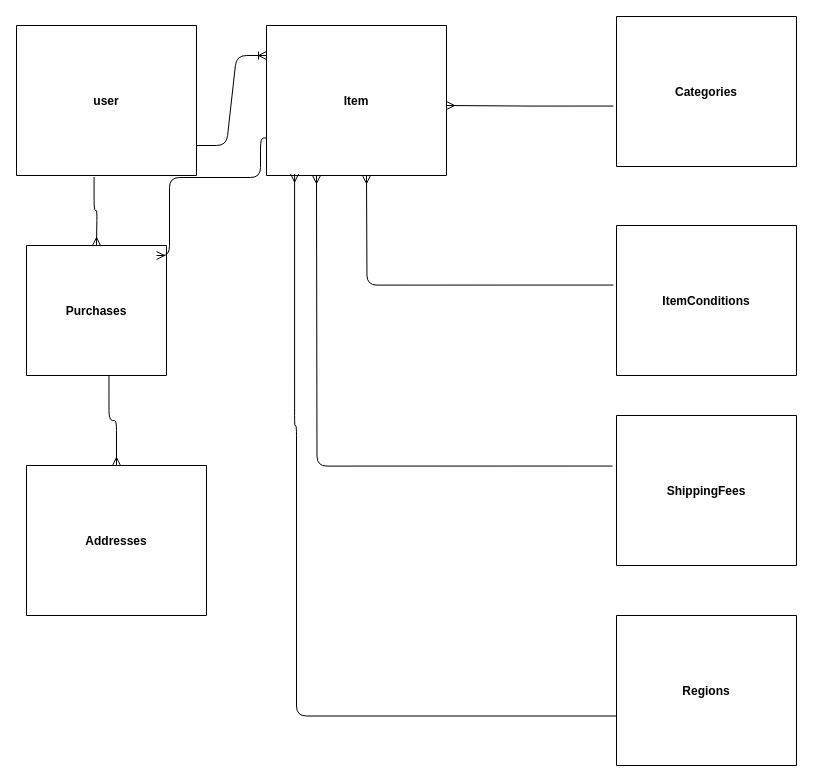
Iwanttomorrowtocome/furima-41479 keeps this draw.io diagram as furima.dio. Above is the earlier version. Source tidied: cells renumbered, new cells numbered last; positions are measured from the earlier drawing's top-left corner, leaving out a move shared by most shapes. Both pictures are drawn from the tidied source at 100%, with x=0, y=0 at pixel (16, 16).
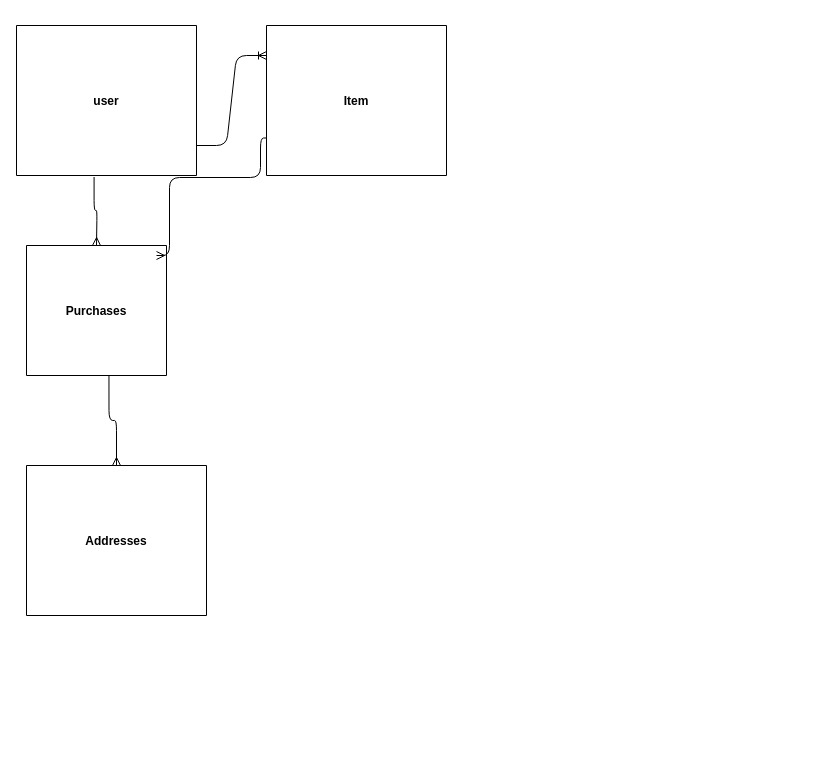
The same diagram, later.

Unchanged cells that the change refers to:
```xml
<mxCell id="4" value="Item" style="shape=table;startSize=150;childLayout=tableLayout;rowLines=0;fontStyle=1;align=center;" parent="1" vertex="1">
  <mxGeometry x="250" y="9" width="180" height="150" as="geometry" />
</mxCell>
```

What changed in the source:
```diff
@@
-    <mxCell id="5" value="ShippingFees" style="shape=table;startSize=150;childLayout=tableLayout;rowLines=0;fontStyle=1;align=center;" parent="1" vertex="1">
-      <mxGeometry x="600" y="399" width="180" height="150" as="geometry" />
-    </mxCell>
-    <mxCell id="6" value="ItemConditions" style="shape=table;startSize=150;childLayout=tableLayout;rowLines=0;fontStyle=1;align=center;" parent="1" vertex="1">
-      <mxGeometry x="600" y="209" width="180" height="150" as="geometry" />
-    </mxCell>
-    <mxCell id="7" value="Categories" style="shape=table;startSize=150;childLayout=tableLayout;rowLines=0;fontStyle=1;align=center;" parent="1" vertex="1">
-      <mxGeometry x="600" width="180" height="150" as="geometry" />
-    </mxCell>
-    <mxCell id="8" style="edgeStyle=orthogonalEdgeStyle;fontSize=12;html=1;endArrow=ERmany;exitX=-0.017;exitY=0.397;exitDx=0;exitDy=0;exitPerimeter=0;" parent="1" edge="1" source="6">
-      <mxGeometry relative="1" as="geometry">
-        <mxPoint x="350" y="159" as="targetPoint" />
-      </mxGeometry>
-    </mxCell>
-    <mxCell id="9" style="edgeStyle=orthogonalEdgeStyle;fontSize=12;html=1;endArrow=ERmany;exitX=-0.017;exitY=0.597;exitDx=0;exitDy=0;exitPerimeter=0;" parent="1" edge="1" source="7">
-      <mxGeometry relative="1" as="geometry">
-        <mxPoint x="430" y="89" as="targetPoint" />
-      </mxGeometry>
-    </mxCell>
-    <mxCell id="10" style="edgeStyle=orthogonalEdgeStyle;fontSize=12;html=1;endArrow=ERmany;exitX=-0.022;exitY=0.337;exitDx=0;exitDy=0;exitPerimeter=0;" parent="1" edge="1" source="5">
-      <mxGeometry relative="1" as="geometry">
-        <mxPoint x="300" y="159" as="targetPoint" />
-      </mxGeometry>
-    </mxCell>
-    <mxCell id="11" value="Regions" style="shape=table;startSize=150;childLayout=tableLayout;rowLines=0;fontStyle=1;align=center;" parent="1" vertex="1">
-      <mxGeometry x="600" y="599" width="180" height="150" as="geometry" />
-    </mxCell>
-    <mxCell id="12" style="edgeStyle=orthogonalEdgeStyle;fontSize=12;html=1;endArrow=ERmany;exitX=-0.022;exitY=0.337;exitDx=0;exitDy=0;exitPerimeter=0;entryX=0.156;entryY=0.99;entryDx=0;entryDy=0;entryPerimeter=0;" parent="1" edge="1" target="4">
-      <mxGeometry relative="1" as="geometry">
-        <mxPoint x="600" y="699.5" as="sourcePoint" />
-        <Array as="points">
-          <mxPoint x="280" y="700" />
-          <mxPoint x="280" y="409" />
-          <mxPoint x="278" y="409" />
-        </Array>
-      </mxGeometry>
-    </mxCell>
```
